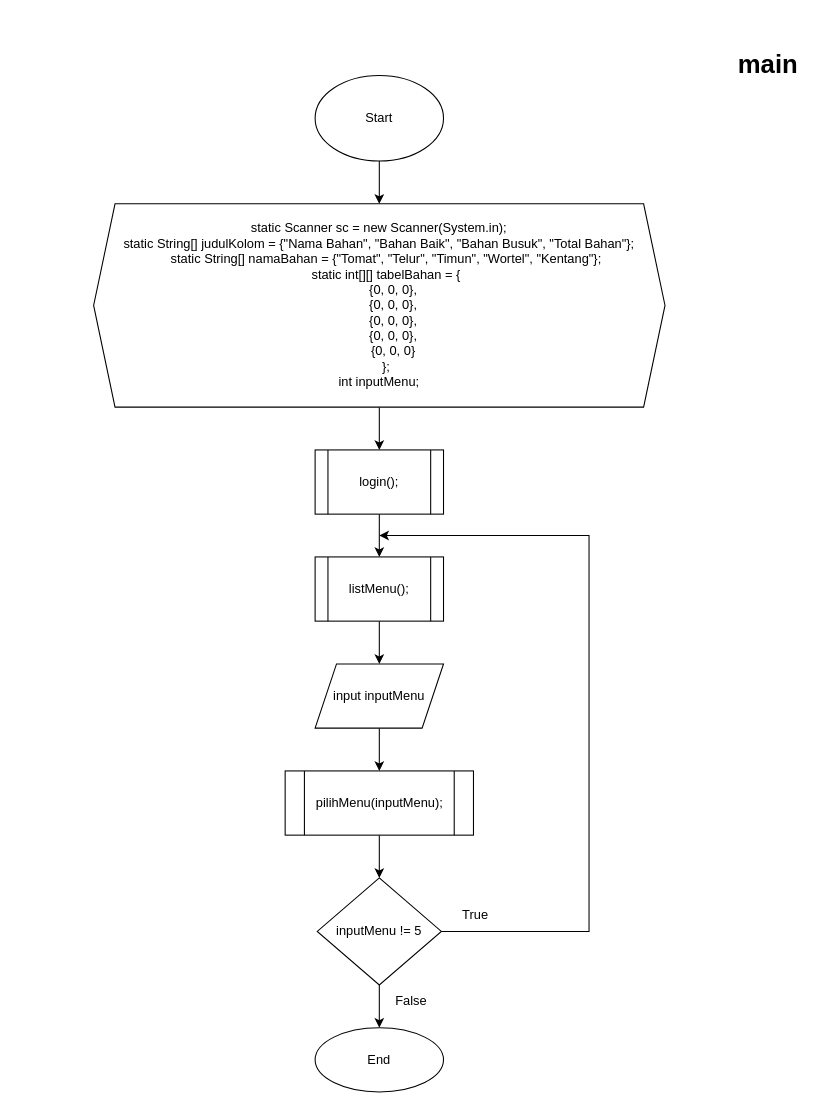
This is page "main" (1 of 10) of Tugas Akhir/Flowchart.drawio from nhaidaar/daspro, a draw.io file, before an edit. Source tidied: cells renumbered, new cells numbered last; positions are measured from the earlier drawing's top-left corner, leaving out a move shared by most shapes. Both pictures are drawn from the tidied source at 107%, with x=0, y=0 at pixel (93, 43).
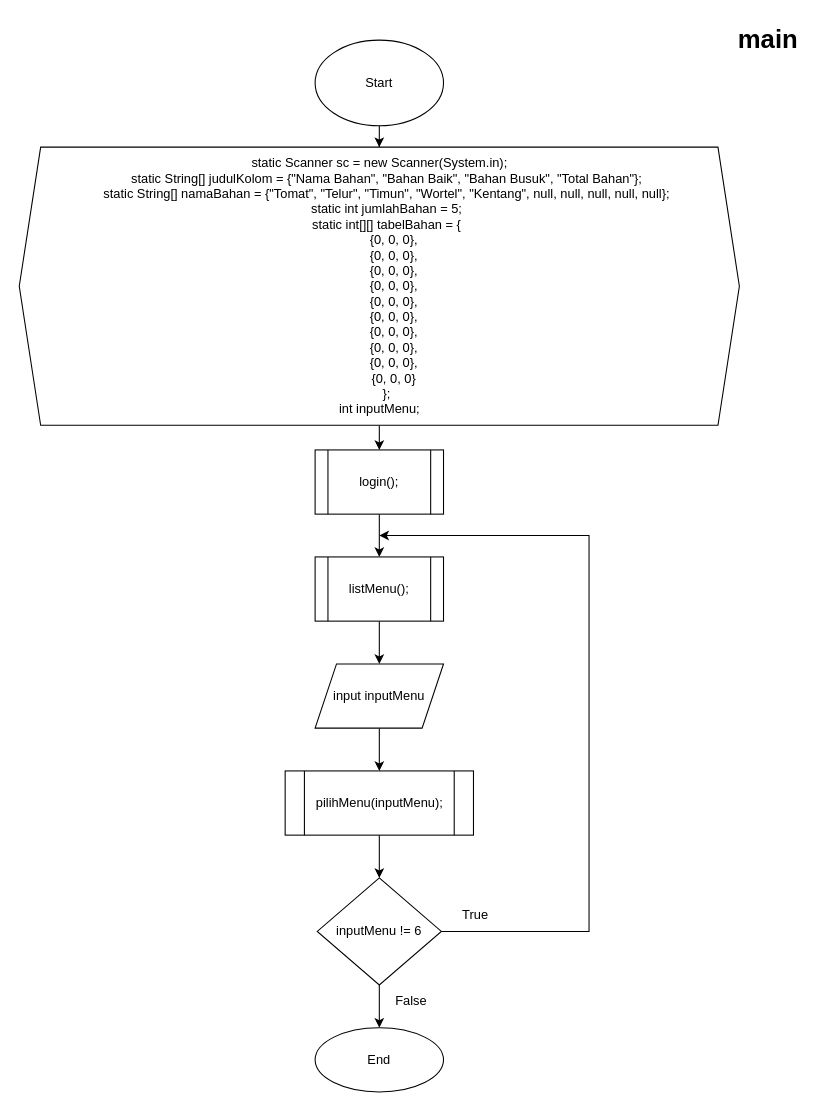
Above is the later version.

The edit, as a diff of the source:
```diff
@@
     <mxCell id="3" value="Start" style="ellipse;whiteSpace=wrap;html=1;" parent="1" vertex="1">
-      <mxGeometry x="207" y="30" width="120" height="80" as="geometry" />
+      <mxGeometry x="207" y="-3" width="120" height="80" as="geometry" />
     </mxCell>
@@
-    <mxCell id="5" value="static Scanner sc = new Scanner(System.in);&lt;br&gt;&lt;div&gt;&lt;span style=&quot;background-color: initial;&quot;&gt;static String[] judulKolom = {&quot;Nama Bahan&quot;, &quot;Bahan Baik&quot;, &quot;Bahan Busuk&quot;, &quot;Total Bahan&quot;};&lt;/span&gt;&lt;br&gt;&lt;/div&gt;&lt;div&gt;&amp;nbsp; &amp;nbsp; static String[] namaBahan = {&quot;Tomat&quot;, &quot;Telur&quot;, &quot;Timun&quot;, &quot;Wortel&quot;, &quot;Kentang&quot;};&lt;/div&gt;&lt;div&gt;&amp;nbsp; &amp;nbsp; static int[][] tabelBahan = {&lt;/div&gt;&lt;div&gt;&amp;nbsp; &amp;nbsp; &amp;nbsp; &amp;nbsp; {0, 0, 0},&lt;/div&gt;&lt;div&gt;&amp;nbsp; &amp;nbsp; &amp;nbsp; &amp;nbsp; {0, 0, 0},&lt;/div&gt;&lt;div&gt;&amp;nbsp; &amp;nbsp; &amp;nbsp; &amp;nbsp; {0, 0, 0},&lt;/div&gt;&lt;div&gt;&amp;nbsp; &amp;nbsp; &amp;nbsp; &amp;nbsp; {0, 0, 0},&lt;/div&gt;&lt;div&gt;&amp;nbsp; &amp;nbsp; &amp;nbsp; &amp;nbsp; {0, 0, 0}&lt;/div&gt;&lt;div&gt;&amp;nbsp; &amp;nbsp; };&lt;/div&gt;&lt;div&gt;int inputMenu;&lt;br&gt;&lt;/div&gt;" style="shape=hexagon;perimeter=hexagonPerimeter2;whiteSpace=wrap;html=1;fixedSize=1;" parent="1" vertex="1">
-      <mxGeometry y="150" width="534" height="190" as="geometry" />
+    <mxCell id="5" value="&lt;div&gt;static Scanner sc = new Scanner(System.in);&lt;/div&gt;&lt;div&gt;&amp;nbsp; &amp;nbsp; static String[] judulKolom = {&quot;Nama Bahan&quot;, &quot;Bahan Baik&quot;, &quot;Bahan Busuk&quot;, &quot;Total Bahan&quot;};&lt;/div&gt;&lt;div&gt;&amp;nbsp; &amp;nbsp; static String[] namaBahan = {&quot;Tomat&quot;, &quot;Telur&quot;, &quot;Timun&quot;, &quot;Wortel&quot;, &quot;Kentang&quot;, null, null, null, null, null};&lt;/div&gt;&lt;div&gt;&amp;nbsp; &amp;nbsp; static int jumlahBahan = 5;&lt;/div&gt;&lt;div&gt;&amp;nbsp; &amp;nbsp; static int[][] tabelBahan = {&lt;/div&gt;&lt;div&gt;&amp;nbsp; &amp;nbsp; &amp;nbsp; &amp;nbsp; {0, 0, 0},&lt;/div&gt;&lt;div&gt;&amp;nbsp; &amp;nbsp; &amp;nbsp; &amp;nbsp; {0, 0, 0},&lt;/div&gt;&lt;div&gt;&amp;nbsp; &amp;nbsp; &amp;nbsp; &amp;nbsp; {0, 0, 0},&lt;/div&gt;&lt;div&gt;&amp;nbsp; &amp;nbsp; &amp;nbsp; &amp;nbsp; {0, 0, 0},&lt;/div&gt;&lt;div&gt;&amp;nbsp; &amp;nbsp; &amp;nbsp; &amp;nbsp; {0, 0, 0},&lt;/div&gt;&lt;div&gt;&amp;nbsp; &amp;nbsp; &amp;nbsp; &amp;nbsp; {0, 0, 0},&lt;/div&gt;&lt;div&gt;&amp;nbsp; &amp;nbsp; &amp;nbsp; &amp;nbsp; {0, 0, 0},&lt;/div&gt;&lt;div&gt;&amp;nbsp; &amp;nbsp; &amp;nbsp; &amp;nbsp; {0, 0, 0},&lt;/div&gt;&lt;div&gt;&amp;nbsp; &amp;nbsp; &amp;nbsp; &amp;nbsp; {0, 0, 0},&lt;/div&gt;&lt;div&gt;&amp;nbsp; &amp;nbsp; &amp;nbsp; &amp;nbsp; {0, 0, 0}&lt;/div&gt;&lt;div&gt;&amp;nbsp; &amp;nbsp; };&lt;/div&gt;&lt;div&gt;int inputMenu;&lt;/div&gt;" style="shape=hexagon;perimeter=hexagonPerimeter2;whiteSpace=wrap;html=1;fixedSize=1;" parent="1" vertex="1">
+      <mxGeometry x="-69.5" y="97" width="673" height="260" as="geometry" />
     </mxCell>
@@
-    <mxCell id="16" value="inputMenu != 5" style="rhombus;whiteSpace=wrap;html=1;" parent="1" vertex="1">
+    <mxCell id="16" value="inputMenu != 6" style="rhombus;whiteSpace=wrap;html=1;" parent="1" vertex="1">
       <mxGeometry x="209" y="780" width="116" height="100" as="geometry" />
     </mxCell>
@@
     <mxCell id="20" value="main" style="text;strokeColor=none;fillColor=none;html=1;fontSize=24;fontStyle=1;verticalAlign=middle;align=center;" parent="1" vertex="1">
-      <mxGeometry x="580" width="100" height="40" as="geometry" />
+      <mxGeometry x="580" y="-23" width="100" height="40" as="geometry" />
     </mxCell>
```
